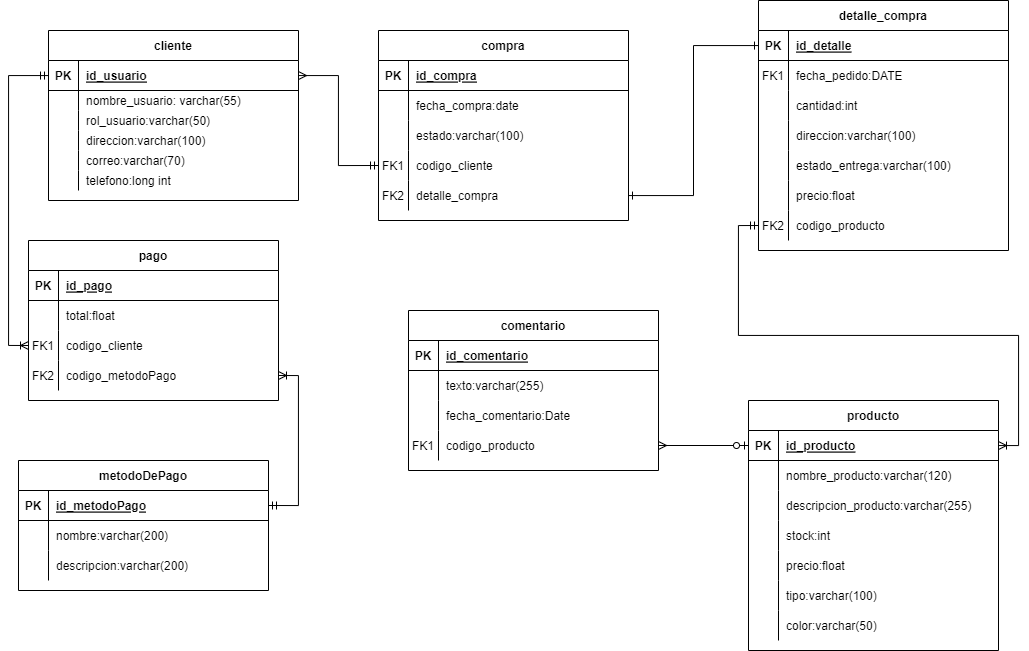
Before: documentacion/diagramas/modeloRelacional.drawio.png, a diagram exported from draw.io (DRK-V/BikeStore). Source tidied: cells renumbered, new cells last; positions are measured from the earlier drawing's top-left corner, leaving out a move shared by most shapes.
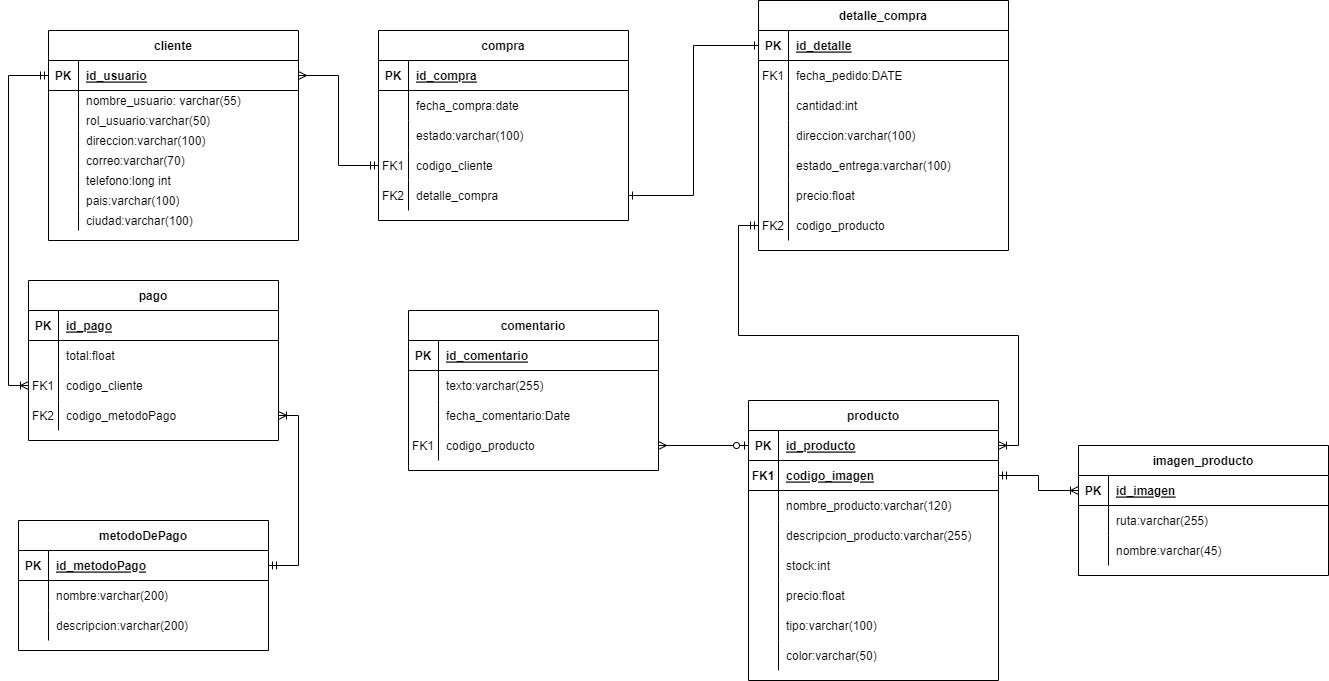
The same diagram one commit later.

Change to the diagram source:
```diff
@@ -117,7 +117,7 @@
       <mxGeometry x="30" width="220" height="30" as="geometry" />
     </mxCell>
     <mxCell id="40" value="cliente" style="shape=table;startSize=30;rowLines=0;fontStyle=1;align=center;" parent="1" vertex="1">
-      <mxGeometry x="30" y="30" width="250" height="170" as="geometry" />
+      <mxGeometry x="30" y="30" width="250" height="210" as="geometry" />
     </mxCell>
     <mxCell id="41" style="shape=partialRectangle;fillColor=none;points=[[0,0.5],[1,0.5]];portConstraint=eastwest;top=0;left=0;right=0;bottom=1;" parent="40" vertex="1">
       <mxGeometry y="30" width="250" height="30" as="geometry" />
@@ -173,8 +173,26 @@
     <mxCell id="58" value="telefono:long int" style="shape=partialRectangle;overflow=hidden;fillColor=none;top=0;left=0;bottom=0;right=0;align=left;spacingLeft=6;" parent="56" vertex="1">
       <mxGeometry x="30" width="220" height="20" as="geometry" />
     </mxCell>
+    <mxCell id="123" style="shape=partialRectangle;fillColor=none;top=0;left=0;right=0;bottom=0;" parent="40" vertex="1">
+      <mxGeometry y="160" width="250" height="20" as="geometry" />
+    </mxCell>
+    <mxCell id="124" style="shape=partialRectangle;overflow=hidden;fillColor=none;top=0;left=0;bottom=0;right=0;" parent="123" vertex="1">
+      <mxGeometry width="30" height="20" as="geometry" />
+    </mxCell>
+    <mxCell id="125" value="pais:varchar(100)" style="shape=partialRectangle;overflow=hidden;fillColor=none;top=0;left=0;bottom=0;right=0;align=left;spacingLeft=6;" parent="123" vertex="1">
+      <mxGeometry x="30" width="220" height="20" as="geometry" />
+    </mxCell>
+    <mxCell id="126" style="shape=partialRectangle;fillColor=none;top=0;left=0;right=0;bottom=0;" parent="40" vertex="1">
+      <mxGeometry y="180" width="250" height="20" as="geometry" />
+    </mxCell>
+    <mxCell id="127" style="shape=partialRectangle;overflow=hidden;fillColor=none;top=0;left=0;bottom=0;right=0;" parent="126" vertex="1">
+      <mxGeometry width="30" height="20" as="geometry" />
+    </mxCell>
+    <mxCell id="128" value="ciudad:varchar(100)" style="shape=partialRectangle;overflow=hidden;fillColor=none;top=0;left=0;bottom=0;right=0;align=left;spacingLeft=6;" parent="126" vertex="1">
+      <mxGeometry x="30" width="220" height="20" as="geometry" />
+    </mxCell>
     <mxCell id="59" value="metodoDePago" style="shape=table;startSize=30;rowLines=0;fontStyle=1;align=center;" parent="1" vertex="1">
-      <mxGeometry y="460" width="250" height="130" as="geometry" />
+      <mxGeometry y="520" width="250" height="130" as="geometry" />
     </mxCell>
     <mxCell id="60" style="shape=partialRectangle;fillColor=none;points=[[0,0.5],[1,0.5]];portConstraint=eastwest;top=0;left=0;right=0;bottom=1;" parent="59" vertex="1">
       <mxGeometry y="30" width="250" height="30" as="geometry" />
@@ -204,7 +222,7 @@
       <mxGeometry x="30" width="220" height="30" as="geometry" />
     </mxCell>
     <mxCell id="69" value="pago" style="shape=table;startSize=30;rowLines=0;fontStyle=1;align=center;" parent="1" vertex="1">
-      <mxGeometry x="10" y="240" width="250" height="160" as="geometry" />
+      <mxGeometry x="10" y="280" width="250" height="160" as="geometry" />
     </mxCell>
     <mxCell id="70" style="shape=partialRectangle;fillColor=none;top=0;left=0;right=0;bottom=1;" parent="69" vertex="1">
       <mxGeometry y="30" width="250" height="30" as="geometry" />
@@ -282,7 +300,7 @@
       <mxGeometry x="30" width="220" height="30" as="geometry" />
     </mxCell>
     <mxCell id="95" value="producto" style="shape=table;startSize=30;rowLines=0;fontStyle=1;align=center;" parent="1" vertex="1">
-      <mxGeometry x="730" y="400" width="250" height="250" as="geometry" />
+      <mxGeometry x="730" y="400" width="250" height="280" as="geometry" />
     </mxCell>
     <mxCell id="96" style="shape=partialRectangle;fillColor=none;points=[[0,0.5],[1,0.5]];portConstraint=eastwest;top=0;left=0;right=0;bottom=1;" parent="95" vertex="1">
       <mxGeometry y="30" width="250" height="30" as="geometry" />
@@ -293,8 +311,17 @@
     <mxCell id="98" value="id_producto" style="shape=partialRectangle;overflow=hidden;fillColor=none;top=0;left=0;bottom=0;right=0;align=left;spacingLeft=6;fontStyle=5;" parent="96" vertex="1">
       <mxGeometry x="30" width="220" height="30" as="geometry" />
     </mxCell>
+    <mxCell id="129" style="shape=partialRectangle;fillColor=none;points=[[0,0.5],[1,0.5]];portConstraint=eastwest;top=0;left=0;right=0;bottom=1;" parent="95" vertex="1">
+      <mxGeometry y="60" width="250" height="30" as="geometry" />
+    </mxCell>
+    <mxCell id="130" value="FK1" style="shape=partialRectangle;overflow=hidden;fillColor=none;top=0;left=0;bottom=0;right=0;fontStyle=1;" parent="129" vertex="1">
+      <mxGeometry width="30" height="30" as="geometry" />
+    </mxCell>
+    <mxCell id="131" value="codigo_imagen" style="shape=partialRectangle;overflow=hidden;fillColor=none;top=0;left=0;bottom=0;right=0;align=left;spacingLeft=6;fontStyle=5;" parent="129" vertex="1">
+      <mxGeometry x="30" width="220" height="30" as="geometry" />
+    </mxCell>
     <mxCell id="99" style="shape=partialRectangle;fillColor=none;top=0;left=0;right=0;bottom=0;" parent="95" vertex="1">
-      <mxGeometry y="60" width="250" height="30" as="geometry" />
+      <mxGeometry y="90" width="250" height="30" as="geometry" />
     </mxCell>
     <mxCell id="100" style="shape=partialRectangle;overflow=hidden;fillColor=none;top=0;left=0;bottom=0;right=0;" parent="99" vertex="1">
       <mxGeometry width="30" height="30" as="geometry" />
@@ -303,7 +330,7 @@
       <mxGeometry x="30" width="220" height="30" as="geometry" />
     </mxCell>
     <mxCell id="102" style="shape=partialRectangle;fillColor=none;top=0;left=0;right=0;bottom=0;" parent="95" vertex="1">
-      <mxGeometry y="90" width="250" height="30" as="geometry" />
+      <mxGeometry y="120" width="250" height="30" as="geometry" />
     </mxCell>
     <mxCell id="103" style="shape=partialRectangle;overflow=hidden;fillColor=none;top=0;left=0;bottom=0;right=0;" parent="102" vertex="1">
       <mxGeometry width="30" height="30" as="geometry" />
@@ -312,7 +339,7 @@
       <mxGeometry x="30" width="220" height="30" as="geometry" />
     </mxCell>
     <mxCell id="105" style="shape=partialRectangle;fillColor=none;top=0;left=0;right=0;bottom=0;" parent="95" vertex="1">
-      <mxGeometry y="120" width="250" height="30" as="geometry" />
+      <mxGeometry y="150" width="250" height="30" as="geometry" />
     </mxCell>
     <mxCell id="106" style="shape=partialRectangle;overflow=hidden;fillColor=none;top=0;left=0;bottom=0;right=0;" parent="105" vertex="1">
       <mxGeometry width="30" height="30" as="geometry" />
@@ -321,7 +348,7 @@
       <mxGeometry x="30" width="220" height="30" as="geometry" />
     </mxCell>
     <mxCell id="108" style="shape=partialRectangle;fillColor=none;top=0;left=0;right=0;bottom=0;" parent="95" vertex="1">
-      <mxGeometry y="150" width="250" height="30" as="geometry" />
+      <mxGeometry y="180" width="250" height="30" as="geometry" />
     </mxCell>
     <mxCell id="109" style="shape=partialRectangle;overflow=hidden;fillColor=none;top=0;left=0;bottom=0;right=0;" parent="108" vertex="1">
       <mxGeometry width="30" height="30" as="geometry" />
@@ -330,7 +357,7 @@
       <mxGeometry x="30" width="220" height="30" as="geometry" />
     </mxCell>
     <mxCell id="111" style="shape=partialRectangle;fillColor=none;top=0;left=0;right=0;bottom=0;" parent="95" vertex="1">
-      <mxGeometry y="180" width="250" height="30" as="geometry" />
+      <mxGeometry y="210" width="250" height="30" as="geometry" />
     </mxCell>
     <mxCell id="112" style="shape=partialRectangle;overflow=hidden;fillColor=none;top=0;left=0;bottom=0;right=0;" parent="111" vertex="1">
       <mxGeometry width="30" height="30" as="geometry" />
@@ -339,7 +366,7 @@
       <mxGeometry x="30" width="220" height="30" as="geometry" />
     </mxCell>
     <mxCell id="114" style="shape=partialRectangle;fillColor=none;top=0;left=0;right=0;bottom=0;" parent="95" vertex="1">
-      <mxGeometry y="210" width="250" height="30" as="geometry" />
+      <mxGeometry y="240" width="250" height="30" as="geometry" />
     </mxCell>
     <mxCell id="115" style="shape=partialRectangle;overflow=hidden;fillColor=none;top=0;left=0;bottom=0;right=0;" parent="114" vertex="1">
       <mxGeometry width="30" height="30" as="geometry" />
@@ -365,5 +392,38 @@
     <mxCell id="122" style="edgeStyle=orthogonalEdgeStyle;rounded=0;jettySize=auto;html=1;entryX=1;entryY=0.5;entryDx=0;entryDy=0;endArrow=ERmany;endFill=0;startArrow=ERzeroToOne;startFill=0;" parent="1" edge="1" source="96" target="92">
       <mxGeometry relative="1" as="geometry" />
     </mxCell>
+    <mxCell id="132" value="imagen_producto" style="shape=table;startSize=30;rowLines=0;fontStyle=1;align=center;" parent="1" vertex="1">
+      <mxGeometry x="1060" y="445" width="250" height="130" as="geometry" />
+    </mxCell>
+    <mxCell id="133" style="shape=partialRectangle;fillColor=none;points=[[0,0.5],[1,0.5]];portConstraint=eastwest;top=0;left=0;right=0;bottom=1;" parent="132" vertex="1">
+      <mxGeometry y="30" width="250" height="30" as="geometry" />
+    </mxCell>
+    <mxCell id="134" value="PK" style="shape=partialRectangle;overflow=hidden;fillColor=none;top=0;left=0;bottom=0;right=0;fontStyle=1;" parent="133" vertex="1">
+      <mxGeometry width="30" height="30" as="geometry" />
+    </mxCell>
+    <mxCell id="135" value="id_imagen" style="shape=partialRectangle;overflow=hidden;fillColor=none;top=0;left=0;bottom=0;right=0;align=left;spacingLeft=6;fontStyle=5;" parent="133" vertex="1">
+      <mxGeometry x="30" width="220" height="30" as="geometry" />
+    </mxCell>
+    <mxCell id="136" style="shape=partialRectangle;fillColor=none;top=0;left=0;right=0;bottom=0;" parent="132" vertex="1">
+      <mxGeometry y="60" width="250" height="30" as="geometry" />
+    </mxCell>
+    <mxCell id="137" style="shape=partialRectangle;overflow=hidden;fillColor=none;top=0;left=0;bottom=0;right=0;" parent="136" vertex="1">
+      <mxGeometry width="30" height="30" as="geometry" />
+    </mxCell>
+    <mxCell id="138" value="ruta:varchar(255)" style="shape=partialRectangle;overflow=hidden;fillColor=none;top=0;left=0;bottom=0;right=0;align=left;spacingLeft=6;" parent="136" vertex="1">
+      <mxGeometry x="30" width="220" height="30" as="geometry" />
+    </mxCell>
+    <mxCell id="139" style="shape=partialRectangle;fillColor=none;top=0;left=0;right=0;bottom=0;" parent="132" vertex="1">
+      <mxGeometry y="90" width="250" height="30" as="geometry" />
+    </mxCell>
+    <mxCell id="140" style="shape=partialRectangle;overflow=hidden;fillColor=none;top=0;left=0;bottom=0;right=0;" parent="139" vertex="1">
+      <mxGeometry width="30" height="30" as="geometry" />
+    </mxCell>
+    <mxCell id="141" value="nombre:varchar(45)" style="shape=partialRectangle;overflow=hidden;fillColor=none;top=0;left=0;bottom=0;right=0;align=left;spacingLeft=6;" parent="139" vertex="1">
+      <mxGeometry x="30" width="220" height="30" as="geometry" />
+    </mxCell>
+    <mxCell id="142" style="edgeStyle=orthogonalEdgeStyle;rounded=0;jettySize=auto;html=1;entryX=0;entryY=0.5;entryDx=0;entryDy=0;endArrow=ERoneToMany;endFill=0;startArrow=ERmandOne;startFill=0;" parent="1" edge="1" source="129" target="133">
+      <mxGeometry relative="1" as="geometry" />
+    </mxCell>
   </root>
 </mxGraphModel>
```
